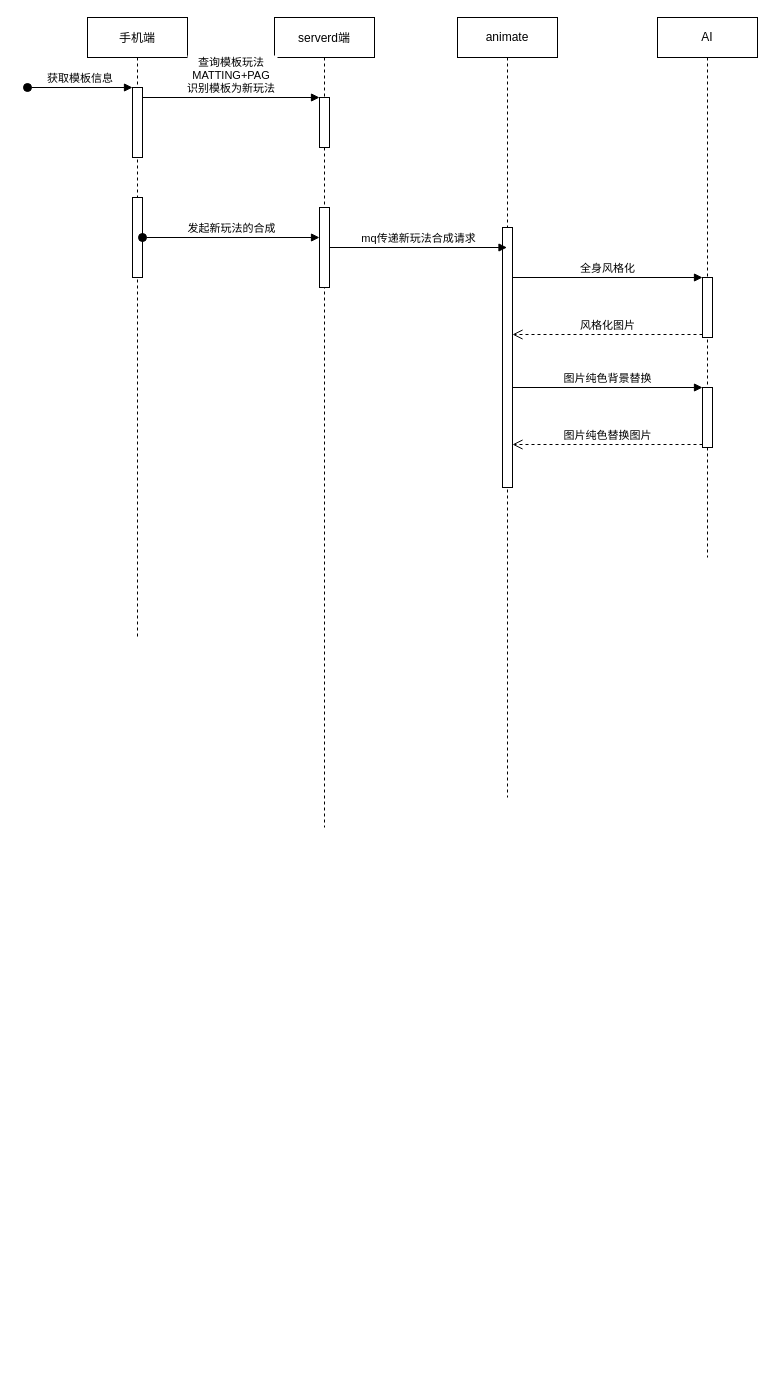
Earlier version of the draw.io diagram 新抠像加PAG玩法流程.drawio (milletzhu/datasource). Source tidied: cells renumbered, new cells numbered last; positions are measured from the earlier drawing's top-left corner, leaving out a move shared by most shapes. Both pictures are drawn from the tidied source at 100%, with x=0, y=0 at pixel (27, 17).
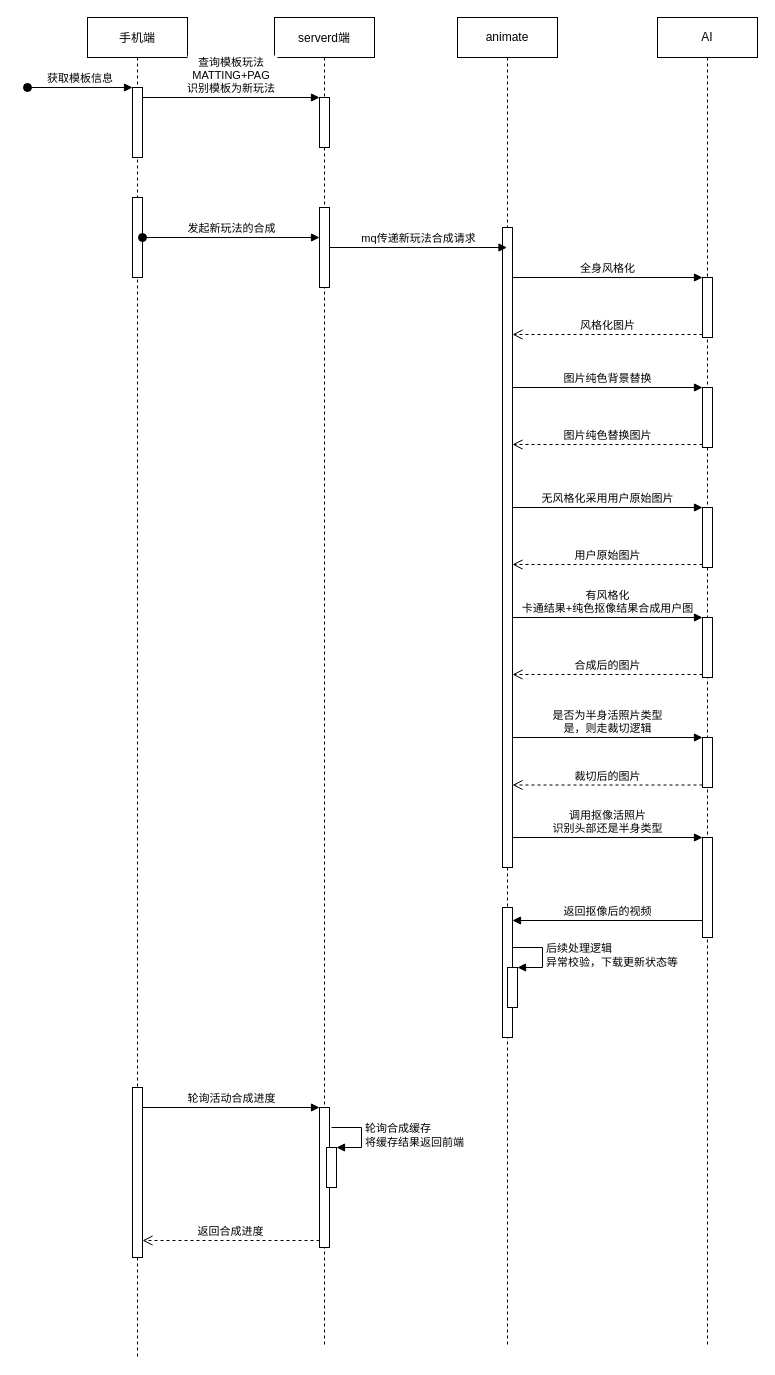
Above is the later version.

Commit message (it also covers changes not shown here):
更新新抠像加PAG玩法流程.drawio

Change to the diagram source:
```diff
@@
     <mxCell id="2" value="手机端" style="shape=umlLifeline;perimeter=lifelinePerimeter;rounded=0;shadow=0;strokeWidth=1;" parent="1" vertex="1">
-      <mxGeometry x="60" width="100" height="620" as="geometry" />
+      <mxGeometry x="60" width="100" height="1340" as="geometry" />
     </mxCell>
@@
+    <mxCell id="21" style="html=1;points=[];perimeter=orthogonalPerimeter;" parent="2" vertex="1">
+      <mxGeometry x="45" y="1070" width="10" height="170" as="geometry" />
+    </mxCell>
     <mxCell id="6" value="serverd端" style="shape=umlLifeline;perimeter=lifelinePerimeter;rounded=0;shadow=0;strokeWidth=1;" parent="1" vertex="1">
-      <mxGeometry x="247" width="100" height="810" as="geometry" />
+      <mxGeometry x="247" width="100" height="1330" as="geometry" />
     </mxCell>
@@
+    <mxCell id="22" style="html=1;points=[];perimeter=orthogonalPerimeter;" parent="6" vertex="1">
+      <mxGeometry x="45" y="1090" width="10" height="140" as="geometry" />
+    </mxCell>
+    <mxCell id="23" style="html=1;points=[];perimeter=orthogonalPerimeter;" parent="6" vertex="1">
+      <mxGeometry x="52" y="1130" width="10" height="40" as="geometry" />
+    </mxCell>
+    <mxCell id="24" value="轮询合成缓存&lt;br&gt;将缓存结果返回前端" style="edgeStyle=orthogonalEdgeStyle;html=1;align=left;spacingLeft=2;endArrow=block;rounded=0;entryX=1;entryY=0;" parent="6" edge="1" target="23">
+      <mxGeometry relative="1" as="geometry">
+        <mxPoint x="57" y="1110" as="sourcePoint" />
+        <Array as="points">
+          <mxPoint x="87" y="1110" />
+        </Array>
+      </mxGeometry>
+    </mxCell>
@@
     <mxCell id="10" value="animate" style="shape=umlLifeline;perimeter=lifelinePerimeter;whiteSpace=wrap;html=1;outlineConnect=0;" parent="1" vertex="1">
-      <mxGeometry x="430" width="100" height="780" as="geometry" />
+      <mxGeometry x="430" width="100" height="1330" as="geometry" />
     </mxCell>
     <mxCell id="11" style="html=1;points=[];perimeter=orthogonalPerimeter;" parent="10" vertex="1">
-      <mxGeometry x="45" y="210" width="10" height="260" as="geometry" />
+      <mxGeometry x="45" y="210" width="10" height="640" as="geometry" />
     </mxCell>
+    <mxCell id="25" style="html=1;perimeter=orthogonalPerimeter;" parent="10" vertex="1">
+      <mxGeometry x="45" y="890" width="10" height="130" as="geometry" />
+    </mxCell>
+    <mxCell id="26" style="html=1;points=[];perimeter=orthogonalPerimeter;" parent="10" vertex="1">
+      <mxGeometry x="50" y="950" width="10" height="40" as="geometry" />
+    </mxCell>
+    <mxCell id="27" value="后续处理逻辑&lt;br&gt;异常校验，下载更新状态等" style="edgeStyle=orthogonalEdgeStyle;html=1;align=left;spacingLeft=2;endArrow=block;rounded=0;entryX=1;entryY=0;" parent="10" edge="1" target="26">
+      <mxGeometry relative="1" as="geometry">
+        <mxPoint x="55" y="930" as="sourcePoint" />
+        <Array as="points">
+          <mxPoint x="85" y="930" />
+        </Array>
+      </mxGeometry>
+    </mxCell>
@@
     <mxCell id="14" value="AI" style="shape=umlLifeline;perimeter=lifelinePerimeter;whiteSpace=wrap;html=1;" parent="1" vertex="1">
-      <mxGeometry x="630" width="100" height="540" as="geometry" />
+      <mxGeometry x="630" width="100" height="1330" as="geometry" />
     </mxCell>
@@
+    <mxCell id="28" style="html=1;points=[];perimeter=orthogonalPerimeter;" parent="14" vertex="1">
+      <mxGeometry x="45" y="490" width="10" height="60" as="geometry" />
+    </mxCell>
+    <mxCell id="29" style="html=1;points=[];perimeter=orthogonalPerimeter;" parent="14" vertex="1">
+      <mxGeometry x="45" y="600" width="10" height="60" as="geometry" />
+    </mxCell>
+    <mxCell id="30" style="html=1;points=[];perimeter=orthogonalPerimeter;" parent="14" vertex="1">
+      <mxGeometry x="45" y="720" width="10" height="50" as="geometry" />
+    </mxCell>
+    <mxCell id="31" style="html=1;points=[];perimeter=orthogonalPerimeter;" parent="14" vertex="1">
+      <mxGeometry x="45" y="820" width="10" height="100" as="geometry" />
+    </mxCell>
@@
+    <mxCell id="32" value="无风格化采用用户原始图片" style="html=1;verticalAlign=bottom;endArrow=block;entryX=0;entryY=0;rounded=0;" parent="1" edge="1" source="11" target="28">
+      <mxGeometry relative="1" as="geometry" />
+    </mxCell>
+    <mxCell id="33" value="用户原始图片" style="html=1;verticalAlign=bottom;endArrow=open;dashed=1;endSize=8;exitX=0;exitY=0.95;rounded=0;" parent="1" edge="1" source="28" target="11">
+      <mxGeometry relative="1" as="geometry" />
+    </mxCell>
+    <mxCell id="34" value="有风格化&lt;br&gt;卡通结果+纯色抠像结果合成用户图" style="html=1;verticalAlign=bottom;endArrow=block;entryX=0;entryY=0;rounded=0;" parent="1" edge="1" source="11" target="29">
+      <mxGeometry relative="1" as="geometry" />
+    </mxCell>
+    <mxCell id="35" value="合成后的图片" style="html=1;verticalAlign=bottom;endArrow=open;dashed=1;endSize=8;exitX=0;exitY=0.95;rounded=0;" parent="1" edge="1" source="29" target="11">
+      <mxGeometry relative="1" as="geometry" />
+    </mxCell>
+    <mxCell id="36" value="是否为半身活照片类型&lt;br&gt;是，则走裁切逻辑" style="html=1;verticalAlign=bottom;endArrow=block;entryX=0;entryY=0;rounded=0;" parent="1" edge="1" source="11" target="30">
+      <mxGeometry relative="1" as="geometry" />
+    </mxCell>
+    <mxCell id="37" value="裁切后的图片" style="html=1;verticalAlign=bottom;endArrow=open;dashed=1;endSize=8;exitX=0;exitY=0.95;rounded=0;" parent="1" edge="1" source="30" target="11">
+      <mxGeometry relative="1" as="geometry" />
+    </mxCell>
+    <mxCell id="38" value="调用抠像活照片&lt;br&gt;识别头部还是半身类型" style="html=1;verticalAlign=bottom;endArrow=block;entryX=0;entryY=0;rounded=0;" parent="1" edge="1" source="11" target="31">
+      <mxGeometry relative="1" as="geometry" />
+    </mxCell>
+    <mxCell id="39" value="返回抠像后的视频" style="html=1;verticalAlign=bottom;endArrow=block;rounded=0;" parent="1" edge="1">
+      <mxGeometry relative="1" as="geometry">
+        <mxPoint x="675" y="903" as="sourcePoint" />
+        <mxPoint x="485" y="903" as="targetPoint" />
+      </mxGeometry>
+    </mxCell>
+    <mxCell id="40" value="轮询活动合成进度" style="html=1;verticalAlign=bottom;endArrow=block;entryX=0;entryY=0;rounded=0;" parent="1" edge="1" source="21" target="22">
+      <mxGeometry relative="1" as="geometry" />
+    </mxCell>
+    <mxCell id="41" value="返回合成进度" style="html=1;verticalAlign=bottom;endArrow=open;dashed=1;endSize=8;exitX=0;exitY=0.95;rounded=0;" parent="1" edge="1" source="22" target="21">
+      <mxGeometry relative="1" as="geometry" />
+    </mxCell>
```
